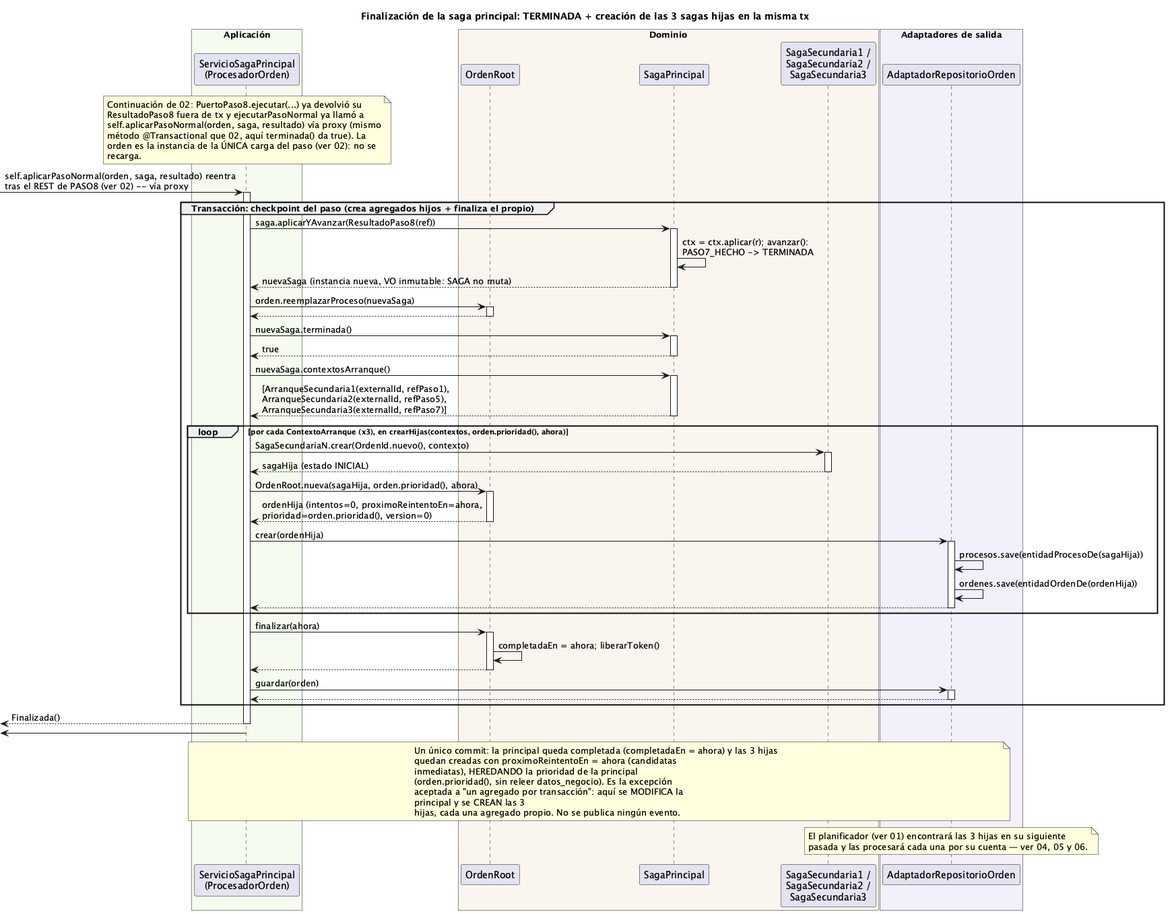
The PlantUML diagram order-manager/docs/03-finalizacion-saga-principal.png in ralcazar/patrones, before a commit. Its diagram source:
```plantuml
@startuml 03-finalizacion-saga-principal
title Finalización de la saga principal: TERMINADA + creación de las 3 sagas hijas en la misma tx

box "Aplicación" #F5FBEF
  participant "ServicioSagaPrincipal\n(ProcesadorOrden)" as ORQ
end box
box "Dominio" #FBF5EF
  participant "OrdenRoot" as ORDEN
  participant "SagaPrincipal" as SAGA
  participant "SagaSecundaria1 /\nSagaSecundaria2 /\nSagaSecundaria3" as HIJAS
end box
box "Adaptadores de salida" #F3EFFB
  participant "AdaptadorRepositorioOrden" as REPO
end box

note over ORQ
  Continuación de 02: PuertoPaso8.ejecutar(...) ya devolvió su
  ResultadoPaso8 fuera de tx y ejecutarPasoNormal ya llamó a
  self.aplicarPasoNormal(orden, saga, resultado) vía proxy (mismo
  método @Transactional que 02, aquí terminada() da true). La
  orden es la instancia de la ÚNICA carga del paso (ver 02): no se
  recarga.
end note

[-> ORQ : self.aplicarPasoNormal(orden, saga, resultado) reentra\ntras el REST de PASO8 (ver 02) -- vía proxy
activate ORQ

group Transacción: checkpoint del paso (crea agregados hijos + finaliza el propio)
  ORQ -> SAGA ++ : saga.aplicarYAvanzar(ResultadoPaso8(ref))
  SAGA -> SAGA : ctx = ctx.aplicar(r); avanzar():\nPASO7_HECHO -> TERMINADA
  return nuevaSaga (instancia nueva, VO inmutable: SAGA no muta)
  ORQ -> ORDEN ++ : orden.reemplazarProceso(nuevaSaga)
  return
  ORQ -> SAGA ++ : nuevaSaga.terminada()
  return true

  ORQ -> SAGA ++ : nuevaSaga.contextosArranque()
  return [ArranqueSecundaria1(externalId, refPaso1),\nArranqueSecundaria2(externalId, refPaso5),\nArranqueSecundaria3(externalId, refPaso7)]

  loop por cada ContextoArranque (x3), en crearHijas(contextos, orden.prioridad(), ahora)
    ORQ -> HIJAS ++ : SagaSecundariaN.crear(OrdenId.nuevo(), contexto)
    return sagaHija (estado INICIAL)
    ORQ -> ORDEN ++ : OrdenRoot.nueva(sagaHija, orden.prioridad(), ahora)
    return ordenHija (intentos=0, proximoReintentoEn=ahora,\nprioridad=orden.prioridad(), version=0)
    ORQ -> REPO ++ : crear(ordenHija)
    REPO -> REPO : procesos.save(entidadProcesoDe(sagaHija))
    REPO -> REPO : ordenes.save(entidadOrdenDe(ordenHija))
    return
  end

  ORQ -> ORDEN ++ : finalizar(ahora)
  ORDEN -> ORDEN : completadaEn = ahora; liberarToken()
  return
  ORQ -> REPO ++ : guardar(orden)
  return
end
return Finalizada()
[<- ORQ
deactivate ORQ

note over ORQ, REPO
  Un único commit: la principal queda completada (completadaEn = ahora) y las 3 hijas
  quedan creadas con proximoReintentoEn = ahora (candidatas
  inmediatas), HEREDANDO la prioridad de la principal
  (orden.prioridad(), sin releer datos_negocio). Es la excepción
  aceptada a "un agregado por transacción": aquí se MODIFICA la
  principal y se CREAN las 3
  hijas, cada una agregado propio. No se publica ningún evento.
end note

note over REPO
  El planificador (ver 01) encontrará las 3 hijas en su siguiente
  pasada y las procesará cada una por su cuenta — ver 04, 05 y 06.
end note
@enduml
```
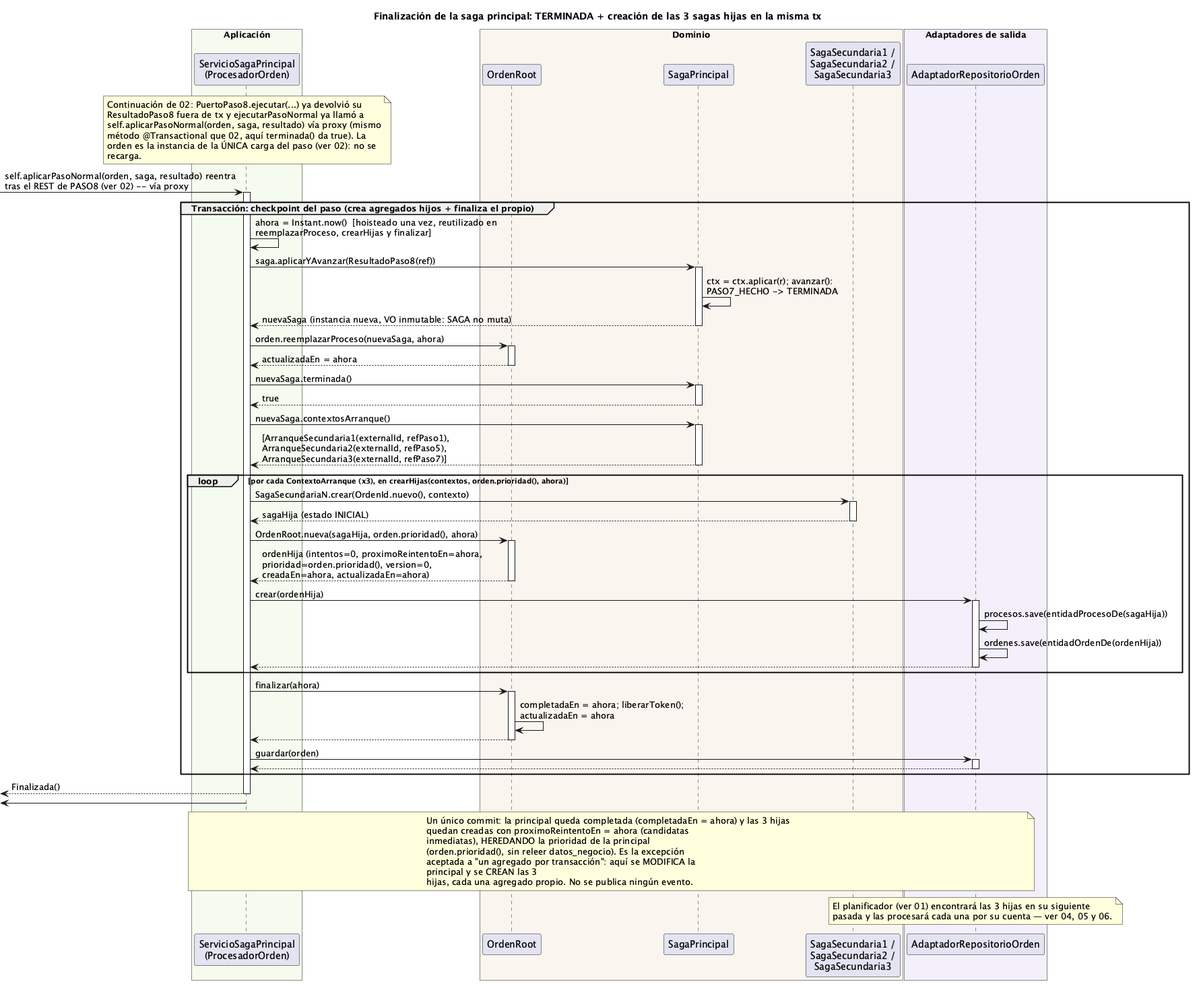
After the commit.

Change to the diagram source:
```diff
@@ -26,11 +26,12 @@
 activate ORQ
 
 group Transacción: checkpoint del paso (crea agregados hijos + finaliza el propio)
+  ORQ -> ORQ : ahora = Instant.now()  [hoisteado una vez, reutilizado en\nreemplazarProceso, crearHijas y finalizar]
   ORQ -> SAGA ++ : saga.aplicarYAvanzar(ResultadoPaso8(ref))
   SAGA -> SAGA : ctx = ctx.aplicar(r); avanzar():\nPASO7_HECHO -> TERMINADA
   return nuevaSaga (instancia nueva, VO inmutable: SAGA no muta)
-  ORQ -> ORDEN ++ : orden.reemplazarProceso(nuevaSaga)
-  return
+  ORQ -> ORDEN ++ : orden.reemplazarProceso(nuevaSaga, ahora)
+  return actualizadaEn = ahora
   ORQ -> SAGA ++ : nuevaSaga.terminada()
   return true
 
@@ -41,7 +42,7 @@
     ORQ -> HIJAS ++ : SagaSecundariaN.crear(OrdenId.nuevo(), contexto)
     return sagaHija (estado INICIAL)
     ORQ -> ORDEN ++ : OrdenRoot.nueva(sagaHija, orden.prioridad(), ahora)
-    return ordenHija (intentos=0, proximoReintentoEn=ahora,\nprioridad=orden.prioridad(), version=0)
+    return ordenHija (intentos=0, proximoReintentoEn=ahora,\nprioridad=orden.prioridad(), version=0,\ncreadaEn=ahora, actualizadaEn=ahora)
     ORQ -> REPO ++ : crear(ordenHija)
     REPO -> REPO : procesos.save(entidadProcesoDe(sagaHija))
     REPO -> REPO : ordenes.save(entidadOrdenDe(ordenHija))
@@ -49,7 +50,7 @@
   end
 
   ORQ -> ORDEN ++ : finalizar(ahora)
-  ORDEN -> ORDEN : completadaEn = ahora; liberarToken()
+  ORDEN -> ORDEN : completadaEn = ahora; liberarToken();\nactualizadaEn = ahora
   return
   ORQ -> REPO ++ : guardar(orden)
   return
```
